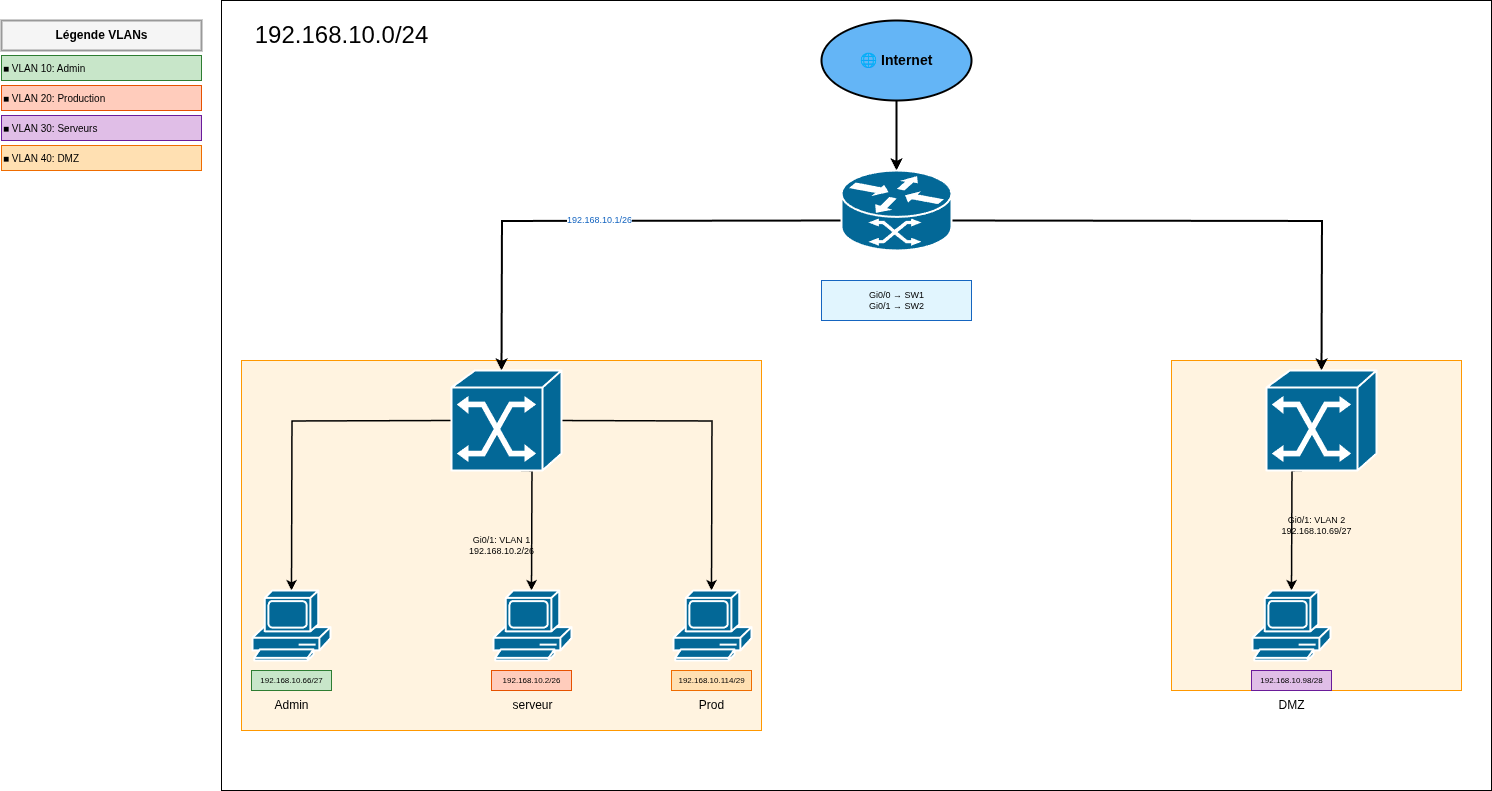
chabad26/memo-ais keeps this draw.io diagram as docs/admin-reseaux/iteration-1/drawio/AlpesNet-L1L2L3.drawio.png. Above is the earlier version. Source tidied: cells renumbered, new cells last; positions are measured from the earlier drawing's top-left corner, leaving out a move shared by most shapes.
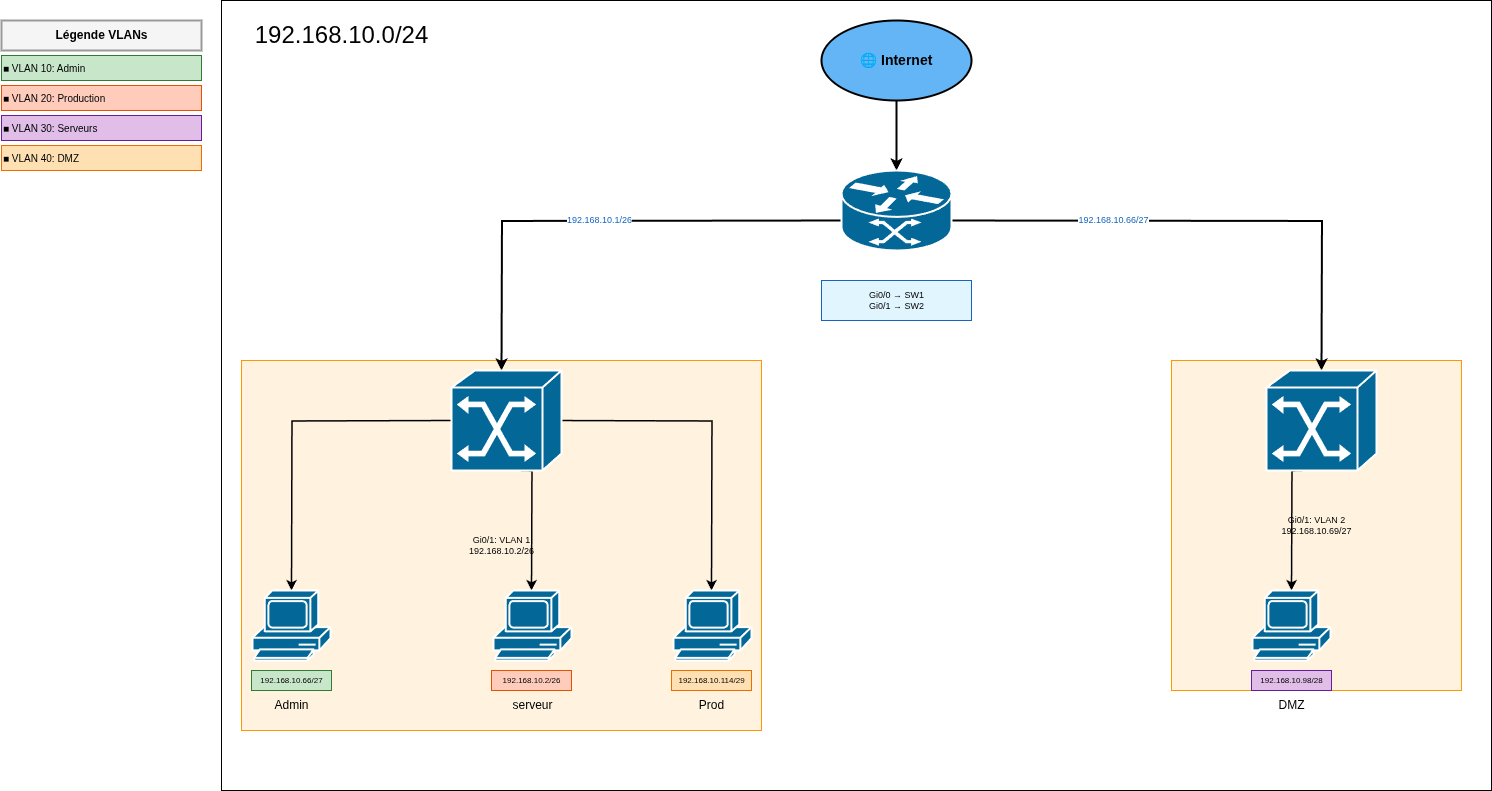
The same diagram one commit later.

The edit, as a diff of the source:
```diff
@@ -51,6 +51,9 @@
         <mxPoint x="1320" y="370" as="targetPoint" />
       </mxGeometry>
     </mxCell>
+    <mxCell id="36" value="&lt;span style=&quot;color: rgb(21, 101, 192); font-size: 9px;&quot;&gt;192.168.10.66/27&lt;/span&gt;" style="edgeLabel;html=1;align=center;verticalAlign=middle;" parent="14" vertex="1">
+      <mxGeometry x="-0.37" y="2" relative="1" as="geometry" />
+    </mxCell>
     <mxCell id="15" style="edgeStyle=orthogonalEdgeStyle;rounded=0;orthogonalLoop=1;jettySize=auto;html=1;fontSize=8;fontColor=#2E7D32;strokeWidth=1.5;" parent="1" edge="1">
       <mxGeometry relative="1" as="geometry">
         <mxPoint x="450" y="420" as="sourcePoint" />
```
